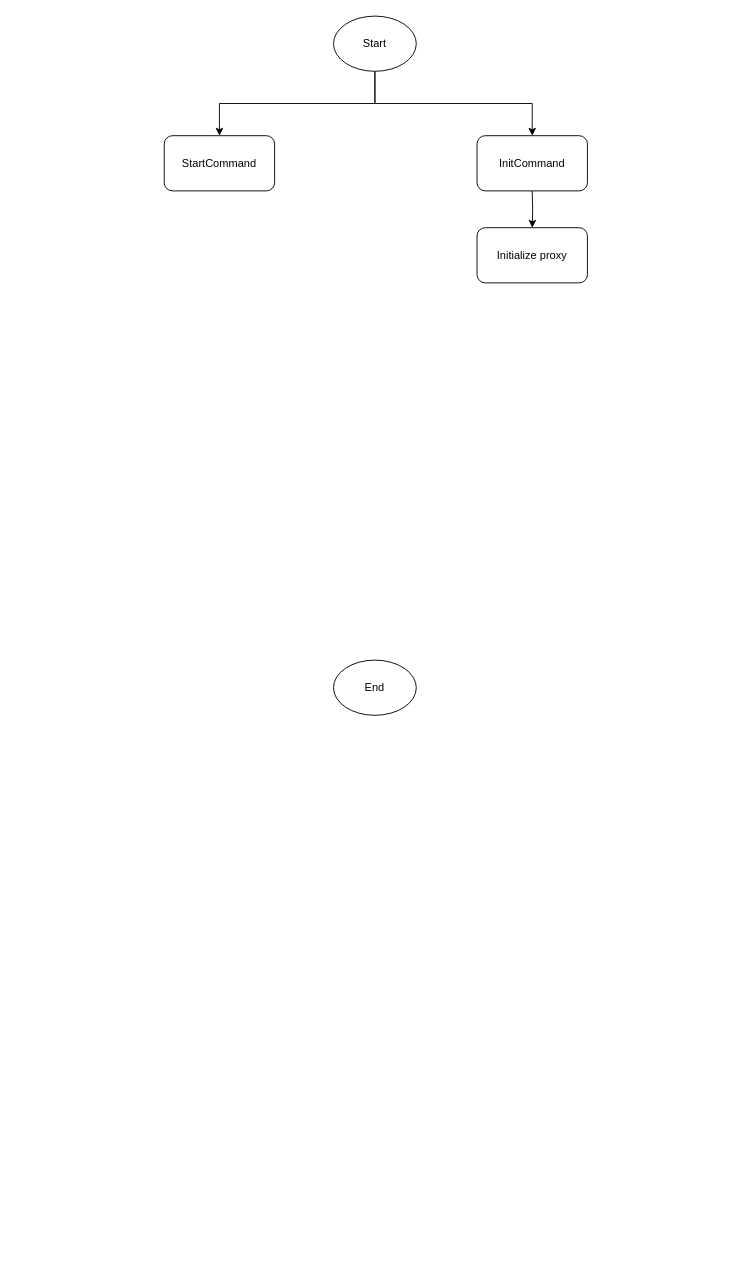
This is page "GetAllRole" (2 of 3) of Untitled Diagram.drawio from LikWiKi/CSharpBasic_NTQ, a draw.io file, before an edit. Source tidied: cells renumbered, new cells numbered last; positions are measured from the earlier drawing's top-left corner, leaving out a move shared by most shapes. Both pictures are drawn from the tidied source at 92%, with x=0, y=0 at pixel (164, 16).
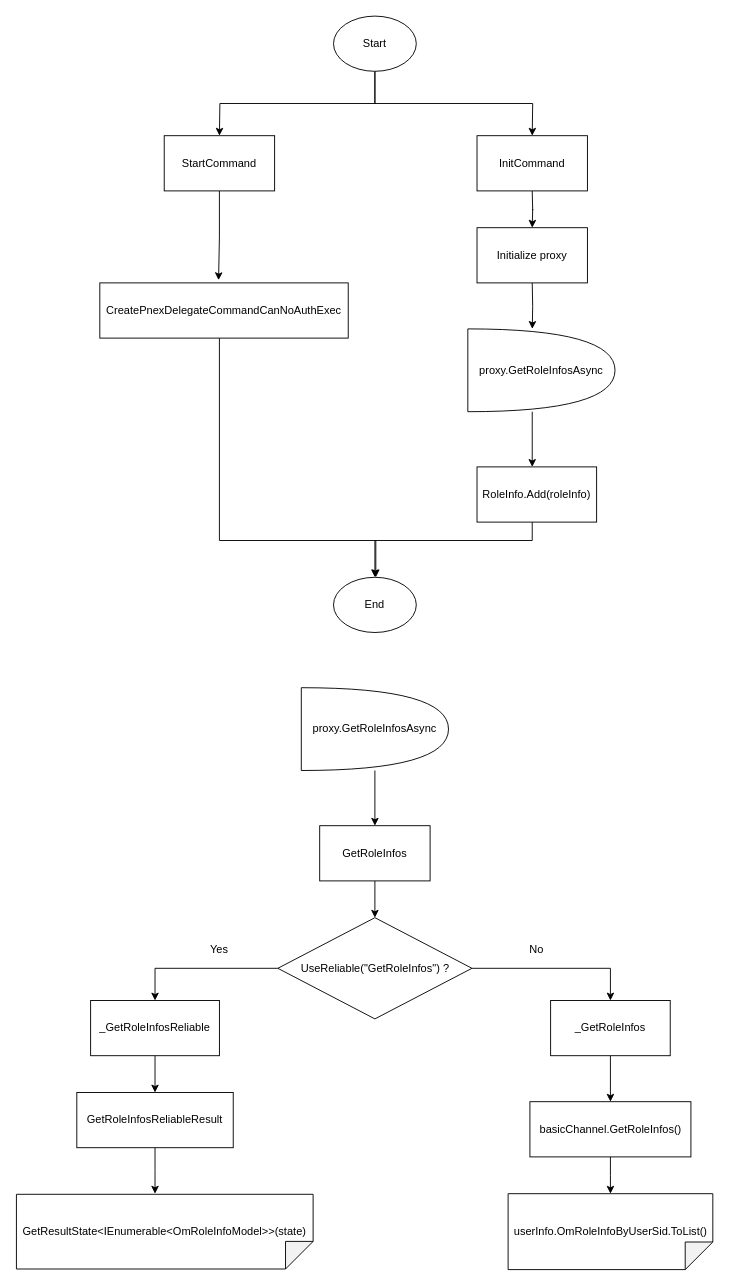
After the change.

The change refers to these unchanged cells:
```xml
<mxCell id="4" value="Start" style="ellipse;whiteSpace=wrap;html=1;" parent="1" vertex="1">
  <mxGeometry x="184" width="90" height="60" as="geometry" />
</mxCell>
```

The edit, as a diff of the source:
```diff
@@
-    <mxCell id="2" style="edgeStyle=orthogonalEdgeStyle;rounded=0;jettySize=auto;html=1;exitX=0.5;exitY=1;exitDx=0;exitDy=0;entryX=0.5;entryY=0;entryDx=0;entryDy=0;" parent="1" edge="1" source="4" target="9">
-      <mxGeometry relative="1" as="geometry" />
+    <mxCell id="2" style="edgeStyle=orthogonalEdgeStyle;rounded=0;jettySize=auto;html=1;exitX=0.5;exitY=1;exitDx=0;exitDy=0;entryX=0.5;entryY=0;entryDx=0;entryDy=0;" parent="1" edge="1" source="4">
+      <mxGeometry relative="1" as="geometry">
+        <mxPoint x="400" y="130" as="targetPoint" />
+      </mxGeometry>
     </mxCell>
-    <mxCell id="3" style="edgeStyle=orthogonalEdgeStyle;rounded=0;jettySize=auto;html=1;exitX=0.5;exitY=1;exitDx=0;exitDy=0;entryX=0.5;entryY=0;entryDx=0;entryDy=0;" parent="1" edge="1" source="4" target="8">
-      <mxGeometry relative="1" as="geometry" />
+    <mxCell id="3" style="edgeStyle=orthogonalEdgeStyle;rounded=0;jettySize=auto;html=1;exitX=0.5;exitY=1;exitDx=0;exitDy=0;entryX=0.5;entryY=0;entryDx=0;entryDy=0;" parent="1" edge="1" source="4">
+      <mxGeometry relative="1" as="geometry">
+        <mxPoint x="60" y="130" as="targetPoint" />
+      </mxGeometry>
     </mxCell>
@@
     <mxCell id="5" value="End" style="ellipse;whiteSpace=wrap;html=1;" parent="1" vertex="1">
-      <mxGeometry x="184" y="700" width="90" height="60" as="geometry" />
+      <mxGeometry x="184" y="610" width="90" height="60" as="geometry" />
     </mxCell>
-    <mxCell id="6" style="edgeStyle=orthogonalEdgeStyle;rounded=0;jettySize=auto;html=1;exitX=0.5;exitY=1;exitDx=0;exitDy=0;entryX=0.5;entryY=0;entryDx=0;entryDy=0;" parent="1" edge="1" target="7">
+    <mxCell id="6" style="edgeStyle=orthogonalEdgeStyle;rounded=0;orthogonalLoop=1;jettySize=auto;html=1;exitX=0.5;exitY=1;exitDx=0;exitDy=0;entryX=0.5;entryY=0;entryDx=0;entryDy=0;" parent="1" edge="1">
       <mxGeometry relative="1" as="geometry">
         <mxPoint x="400" y="190" as="sourcePoint" />
+        <mxPoint x="400" y="230" as="targetPoint" />
       </mxGeometry>
     </mxCell>
-    <mxCell id="7" value="Initialize proxy" style="rounded=1;whiteSpace=wrap;html=1;" parent="1" vertex="1">
-      <mxGeometry x="340" y="230" width="120" height="60" as="geometry" />
-    </mxCell>
+    <mxCell id="10" style="edgeStyle=orthogonalEdgeStyle;rounded=0;jettySize=auto;html=1;exitX=0.5;exitY=1;exitDx=0;exitDy=0;entryX=0.438;entryY=0;entryDx=0;entryDy=0;entryPerimeter=0;" parent="1" edge="1" target="12">
+      <mxGeometry relative="1" as="geometry">
+        <mxPoint x="400" y="290" as="sourcePoint" />
+      </mxGeometry>
+    </mxCell>
+    <mxCell id="11" style="edgeStyle=orthogonalEdgeStyle;rounded=0;jettySize=auto;html=1;" parent="1" edge="1" source="12">
+      <mxGeometry relative="1" as="geometry">
+        <mxPoint x="400" y="490" as="targetPoint" />
+        <Array as="points">
+          <mxPoint x="400" y="450" />
+          <mxPoint x="400" y="450" />
+        </Array>
+      </mxGeometry>
+    </mxCell>
+    <mxCell id="12" value="proxy.GetRoleInfosAsync" style="shape=or;whiteSpace=wrap;html=1;" parent="1" vertex="1">
+      <mxGeometry x="330" y="340" width="160" height="90" as="geometry" />
+    </mxCell>
+    <mxCell id="13" style="edgeStyle=orthogonalEdgeStyle;rounded=0;jettySize=auto;html=1;" parent="1" edge="1" target="5">
+      <mxGeometry relative="1" as="geometry">
+        <mxPoint x="400" y="550" as="sourcePoint" />
+        <Array as="points">
+          <mxPoint x="400" y="570" />
+          <mxPoint x="229" y="570" />
+        </Array>
+      </mxGeometry>
+    </mxCell>
+    <mxCell id="14" style="edgeStyle=orthogonalEdgeStyle;rounded=0;jettySize=auto;html=1;exitX=0.5;exitY=1;exitDx=0;exitDy=0;entryX=0.478;entryY=-0.05;entryDx=0;entryDy=0;entryPerimeter=0;" parent="1" edge="1" source="8" target="17">
+      <mxGeometry relative="1" as="geometry" />
+    </mxCell>
-    <mxCell id="8" value="StartCommand" style="rounded=1;whiteSpace=wrap;html=1;" parent="1" vertex="1">
+    <mxCell id="8" value="StartCommand" style="rounded=0;whiteSpace=wrap;html=1;" parent="1" vertex="1">
       <mxGeometry y="130" width="120" height="60" as="geometry" />
     </mxCell>
-    <mxCell id="9" value="InitCommand" style="rounded=1;whiteSpace=wrap;html=1;" parent="1" vertex="1">
+    <mxCell id="9" value="InitCommand" style="rounded=0;whiteSpace=wrap;html=1;" parent="1" vertex="1">
       <mxGeometry x="340" y="130" width="120" height="60" as="geometry" />
     </mxCell>
+    <mxCell id="7" value="Initialize proxy" style="rounded=0;whiteSpace=wrap;html=1;" parent="1" vertex="1">
+      <mxGeometry x="340" y="230" width="120" height="60" as="geometry" />
+    </mxCell>
+    <mxCell id="15" value="RoleInfo.Add(roleInfo)" style="rounded=0;whiteSpace=wrap;html=1;" parent="1" vertex="1">
+      <mxGeometry x="340" y="490" width="130" height="60" as="geometry" />
+    </mxCell>
+    <mxCell id="16" style="edgeStyle=orthogonalEdgeStyle;rounded=0;jettySize=auto;html=1;" parent="1" edge="1" source="17">
+      <mxGeometry relative="1" as="geometry">
+        <mxPoint x="230" y="610" as="targetPoint" />
+        <Array as="points">
+          <mxPoint x="60" y="570" />
+          <mxPoint x="230" y="570" />
+        </Array>
+      </mxGeometry>
+    </mxCell>
+    <mxCell id="17" value="CreatePnexDelegateCommandCanNoAuthExec" style="rounded=0;whiteSpace=wrap;html=1;" parent="1" vertex="1">
+      <mxGeometry x="-70" y="290" width="270" height="60" as="geometry" />
+    </mxCell>
+    <mxCell id="18" style="edgeStyle=orthogonalEdgeStyle;rounded=0;jettySize=auto;html=1;" parent="1" edge="1" source="19" target="21">
+      <mxGeometry relative="1" as="geometry" />
+    </mxCell>
+    <mxCell id="19" value="proxy.GetRoleInfosAsync" style="shape=or;whiteSpace=wrap;html=1;" parent="1" vertex="1">
+      <mxGeometry x="149" y="730" width="160" height="90" as="geometry" />
+    </mxCell>
+    <mxCell id="20" style="edgeStyle=orthogonalEdgeStyle;rounded=0;jettySize=auto;html=1;" parent="1" edge="1" source="21" target="24">
+      <mxGeometry relative="1" as="geometry" />
+    </mxCell>
+    <mxCell id="21" value="GetRoleInfos" style="rounded=0;whiteSpace=wrap;html=1;" parent="1" vertex="1">
+      <mxGeometry x="169" y="880" width="120" height="60" as="geometry" />
+    </mxCell>
+    <mxCell id="22" style="edgeStyle=orthogonalEdgeStyle;rounded=0;jettySize=auto;html=1;exitX=0;exitY=0.5;exitDx=0;exitDy=0;entryX=0.5;entryY=0;entryDx=0;entryDy=0;" parent="1" edge="1" source="24" target="28">
+      <mxGeometry relative="1" as="geometry" />
+    </mxCell>
+    <mxCell id="23" style="edgeStyle=orthogonalEdgeStyle;rounded=0;jettySize=auto;html=1;exitX=1;exitY=0.5;exitDx=0;exitDy=0;entryX=0.5;entryY=0;entryDx=0;entryDy=0;" parent="1" edge="1" source="24" target="26">
+      <mxGeometry relative="1" as="geometry" />
+    </mxCell>
+    <mxCell id="24" value="UseReliable(&quot;GetRoleInfos&quot;) ?" style="rhombus;whiteSpace=wrap;html=1;" parent="1" vertex="1">
+      <mxGeometry x="123.5" y="980" width="211" height="110" as="geometry" />
+    </mxCell>
+    <mxCell id="25" style="edgeStyle=orthogonalEdgeStyle;rounded=0;jettySize=auto;html=1;exitX=0.5;exitY=1;exitDx=0;exitDy=0;entryX=0.5;entryY=0;entryDx=0;entryDy=0;" parent="1" edge="1" source="26" target="32">
+      <mxGeometry relative="1" as="geometry" />
+    </mxCell>
+    <mxCell id="26" value="_GetRoleInfos" style="rounded=0;whiteSpace=wrap;html=1;" parent="1" vertex="1">
+      <mxGeometry x="420" y="1070" width="130" height="60" as="geometry" />
+    </mxCell>
+    <mxCell id="27" style="edgeStyle=orthogonalEdgeStyle;rounded=0;jettySize=auto;html=1;" parent="1" edge="1" source="28" target="35">
+      <mxGeometry relative="1" as="geometry" />
+    </mxCell>
+    <mxCell id="28" value="_GetRoleInfosReliable" style="rounded=0;whiteSpace=wrap;html=1;" parent="1" vertex="1">
+      <mxGeometry x="-80" y="1070" width="140" height="60" as="geometry" />
+    </mxCell>
+    <mxCell id="29" value="Yes" style="text;html=1;strokeColor=none;fillColor=none;align=center;verticalAlign=middle;whiteSpace=wrap;rounded=0;" parent="1" vertex="1">
+      <mxGeometry x="30" y="1000" width="60" height="30" as="geometry" />
+    </mxCell>
+    <mxCell id="30" value="No" style="text;html=1;strokeColor=none;fillColor=none;align=center;verticalAlign=middle;whiteSpace=wrap;rounded=0;" parent="1" vertex="1">
+      <mxGeometry x="375" y="1000" width="60" height="30" as="geometry" />
+    </mxCell>
+    <mxCell id="31" style="edgeStyle=orthogonalEdgeStyle;rounded=0;jettySize=auto;html=1;exitX=0.5;exitY=1;exitDx=0;exitDy=0;entryX=0;entryY=0.5;entryDx=0;entryDy=0;entryPerimeter=0;" parent="1" edge="1" source="32" target="33">
+      <mxGeometry relative="1" as="geometry" />
+    </mxCell>
+    <mxCell id="32" value="basicChannel.GetRoleInfos()" style="rounded=0;whiteSpace=wrap;html=1;" parent="1" vertex="1">
+      <mxGeometry x="397.5" y="1180" width="175" height="60" as="geometry" />
+    </mxCell>
+    <mxCell id="33" value="userInfo.OmRoleInfoByUserSid.ToList()" style="shape=note;whiteSpace=wrap;html=1;backgroundOutline=1;darkOpacity=0.05;rotation=90;horizontal=0;" parent="1" vertex="1">
+      <mxGeometry x="443.8" y="1210" width="82.5" height="222.5" as="geometry" />
+    </mxCell>
+    <mxCell id="34" style="edgeStyle=orthogonalEdgeStyle;rounded=0;jettySize=auto;html=1;exitX=0.5;exitY=1;exitDx=0;exitDy=0;" parent="1" edge="1" source="35">
+      <mxGeometry relative="1" as="geometry">
+        <mxPoint x="-10" y="1280" as="targetPoint" />
+      </mxGeometry>
+    </mxCell>
+    <mxCell id="35" value="GetRoleInfosReliableResult" style="rounded=0;whiteSpace=wrap;html=1;" parent="1" vertex="1">
+      <mxGeometry x="-95" y="1170" width="170" height="60" as="geometry" />
+    </mxCell>
+    <mxCell id="36" value="GetResultState&amp;lt;IEnumerable&amp;lt;OmRoleInfoModel&amp;gt;&amp;gt;(state)" style="shape=note;whiteSpace=wrap;html=1;backgroundOutline=1;darkOpacity=0.05;rotation=90;horizontal=0;" parent="1" vertex="1">
+      <mxGeometry x="-40" y="1160" width="81.2" height="322.5" as="geometry" />
+    </mxCell>
```
